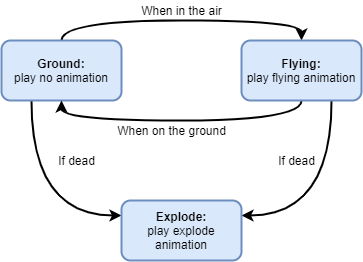
Earlier version of the draw.io export docs/public/assets/images/concepts/animation-controllers/three_state_FSM.png (Bedrock-OSS/bedrock-wiki). Source tidied: cells renumbered, new cells last; positions are measured from the earlier drawing's top-left corner, leaving out a move shared by most shapes.
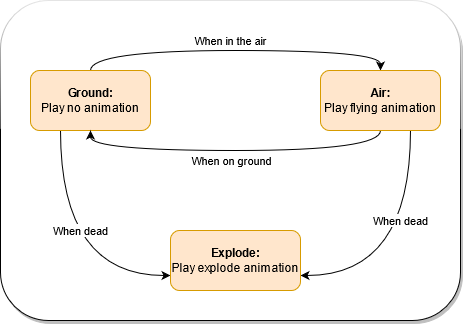
After the change.

Commit message:
Disambiguate Animation Controllers

Diff of the diagram source:
```diff
@@ -2,38 +2,43 @@
   <root>
     <mxCell id="0" />
     <mxCell id="1" parent="0" />
-    <mxCell id="2" style="edgeStyle=orthogonalEdgeStyle;curved=1;rounded=0;jettySize=auto;html=1;exitX=0.5;exitY=0;exitDx=0;exitDy=0;entryX=0.5;entryY=0;entryDx=0;entryDy=0;strokeWidth=2;" parent="1" edge="1" source="4" target="7">
-      <mxGeometry relative="1" as="geometry" />
-    </mxCell>
-    <mxCell id="3" style="edgeStyle=orthogonalEdgeStyle;curved=1;rounded=0;jettySize=auto;html=1;exitX=0.25;exitY=1;exitDx=0;exitDy=0;entryX=0;entryY=0.25;entryDx=0;entryDy=0;strokeWidth=2;" parent="1" edge="1" source="4" target="10">
-      <mxGeometry relative="1" as="geometry" />
-    </mxCell>
-    <mxCell id="4" value="&lt;b&gt;Ground:&lt;/b&gt;&lt;br&gt;play no animation" style="rounded=1;whiteSpace=wrap;html=1;fillColor=#dae8fc;strokeColor=#6c8ebf;strokeWidth=2;" parent="1" vertex="1">
-      <mxGeometry y="40" width="120" height="60" as="geometry" />
-    </mxCell>
-    <mxCell id="5" style="edgeStyle=orthogonalEdgeStyle;curved=1;rounded=0;jettySize=auto;html=1;exitX=0.5;exitY=1;exitDx=0;exitDy=0;entryX=0.5;entryY=1;entryDx=0;entryDy=0;strokeWidth=2;" parent="1" edge="1" source="7" target="4">
-      <mxGeometry relative="1" as="geometry" />
-    </mxCell>
-    <mxCell id="6" style="edgeStyle=orthogonalEdgeStyle;curved=1;rounded=0;jettySize=auto;html=1;exitX=0.75;exitY=1;exitDx=0;exitDy=0;entryX=1;entryY=0.25;entryDx=0;entryDy=0;strokeWidth=2;" parent="1" edge="1" source="7" target="10">
-      <mxGeometry relative="1" as="geometry" />
-    </mxCell>
-    <mxCell id="7" value="&lt;b&gt;Flying:&lt;/b&gt;&lt;br&gt;play flying animation" style="rounded=1;whiteSpace=wrap;html=1;fillColor=#dae8fc;strokeColor=#6c8ebf;strokeWidth=2;" parent="1" vertex="1">
-      <mxGeometry x="240" y="40" width="120" height="60" as="geometry" />
-    </mxCell>
+    <mxCell id="13" value="&lt;div&gt;&lt;br&gt;&lt;/div&gt;&lt;div&gt;&lt;br&gt;&lt;/div&gt;" style="rounded=1;whiteSpace=wrap;html=1;shadow=1;sketch=0;glass=1;" parent="1" vertex="1">
+      <mxGeometry x="-100" y="-40" width="460" height="320" as="geometry" />
+    </mxCell>
+    <mxCell id="14" style="edgeStyle=orthogonalEdgeStyle;curved=1;rounded=0;jettySize=auto;html=1;exitX=0.5;exitY=0;exitDx=0;exitDy=0;entryX=0.5;entryY=0;entryDx=0;entryDy=0;" parent="1" edge="1" source="16" target="20">
+      <mxGeometry relative="1" as="geometry" />
+    </mxCell>
+    <mxCell id="15" style="edgeStyle=orthogonalEdgeStyle;curved=1;rounded=0;jettySize=auto;html=1;exitX=0.25;exitY=1;exitDx=0;exitDy=0;entryX=0;entryY=0.75;entryDx=0;entryDy=0;" parent="1" edge="1" source="16" target="21">
+      <mxGeometry relative="1" as="geometry" />
+    </mxCell>
+    <mxCell id="16" value="&lt;div&gt;&lt;b&gt;Ground:&lt;/b&gt;&lt;/div&gt;&lt;div&gt;Play no animation&lt;br&gt;&lt;/div&gt;" style="rounded=1;whiteSpace=wrap;html=1;fillColor=#ffe6cc;strokeColor=#d79b00;glass=0;" parent="1" vertex="1">
+      <mxGeometry x="-70" y="30" width="120" height="60" as="geometry" />
+    </mxCell>
+    <mxCell id="17" style="edgeStyle=orthogonalEdgeStyle;rounded=0;jettySize=auto;html=1;exitX=0.5;exitY=1;exitDx=0;exitDy=0;entryX=0.5;entryY=1;entryDx=0;entryDy=0;curved=1;" parent="1" edge="1" source="20" target="16">
+      <mxGeometry relative="1" as="geometry" />
+    </mxCell>
+    <mxCell id="18" value="When on ground" style="edgeLabel;html=1;align=center;verticalAlign=middle;" parent="17" vertex="1">
+      <mxGeometry x="-0.08" y="1" relative="1" as="geometry">
+        <mxPoint x="-18" y="9" as="offset" />
+      </mxGeometry>
+    </mxCell>
+    <mxCell id="19" style="edgeStyle=orthogonalEdgeStyle;curved=1;rounded=0;jettySize=auto;html=1;exitX=0.75;exitY=1;exitDx=0;exitDy=0;entryX=1;entryY=0.75;entryDx=0;entryDy=0;" parent="1" edge="1" source="20" target="21">
+      <mxGeometry relative="1" as="geometry" />
+    </mxCell>
+    <mxCell id="20" value="&lt;div&gt;&lt;b&gt;Air:&lt;/b&gt;&lt;/div&gt;&lt;div&gt;Play flying animation&lt;br&gt;&lt;/div&gt;" style="rounded=1;whiteSpace=wrap;html=1;fillColor=#ffe6cc;strokeColor=#d79b00;" parent="1" vertex="1">
+      <mxGeometry x="220" y="30" width="120" height="60" as="geometry" />
+    </mxCell>
-    <mxCell id="8" value="When in the air" style="text;html=1;align=center;verticalAlign=middle;" parent="1" vertex="1">
-      <mxGeometry x="130" width="100" height="20" as="geometry" />
+    <mxCell id="8" value="When in the air" style="edgeLabel;html=1;align=center;verticalAlign=middle;" parent="1" vertex="1">
+      <mxGeometry x="130" as="geometry" />
     </mxCell>
-    <mxCell id="9" value="When on the ground" style="text;html=1;align=center;verticalAlign=middle;" parent="1" vertex="1">
-      <mxGeometry x="110" y="120" width="120" height="20" as="geometry" />
-    </mxCell>
-    <mxCell id="10" value="&lt;b&gt;Explode:&lt;br&gt;&lt;/b&gt;play explode animation" style="rounded=1;whiteSpace=wrap;html=1;fillColor=#dae8fc;strokeColor=#6c8ebf;strokeWidth=2;" parent="1" vertex="1">
-      <mxGeometry x="120" y="200" width="120" height="60" as="geometry" />
-    </mxCell>
-    <mxCell id="11" value="If dead" style="text;html=1;align=center;verticalAlign=middle;rotation=0;" parent="1" vertex="1">
-      <mxGeometry x="50" y="150" width="50" height="20" as="geometry" />
-    </mxCell>
-    <mxCell id="12" value="If dead" style="text;html=1;align=center;verticalAlign=middle;rotation=0;" parent="1" vertex="1">
-      <mxGeometry x="270" y="150" width="50" height="20" as="geometry" />
-    </mxCell>
+    <mxCell id="21" value="&lt;div&gt;&lt;b&gt;Explode:&lt;/b&gt;&lt;/div&gt;&lt;div&gt;Play explode animation&lt;br&gt;&lt;/div&gt;" style="rounded=1;whiteSpace=wrap;html=1;fillColor=#ffe6cc;strokeColor=#d79b00;glass=0;" parent="1" vertex="1">
+      <mxGeometry x="70" y="190" width="130" height="60" as="geometry" />
+    </mxCell>
+    <mxCell id="22" value="When dead" style="edgeLabel;html=1;align=center;verticalAlign=middle;" parent="1" vertex="1">
+      <mxGeometry x="-20" y="190" as="geometry" />
+    </mxCell>
+    <mxCell id="23" value="When dead" style="edgeLabel;html=1;align=center;verticalAlign=middle;" parent="1" vertex="1">
+      <mxGeometry x="300" y="180" as="geometry" />
+    </mxCell>
   </root>
 </mxGraphModel>
```
